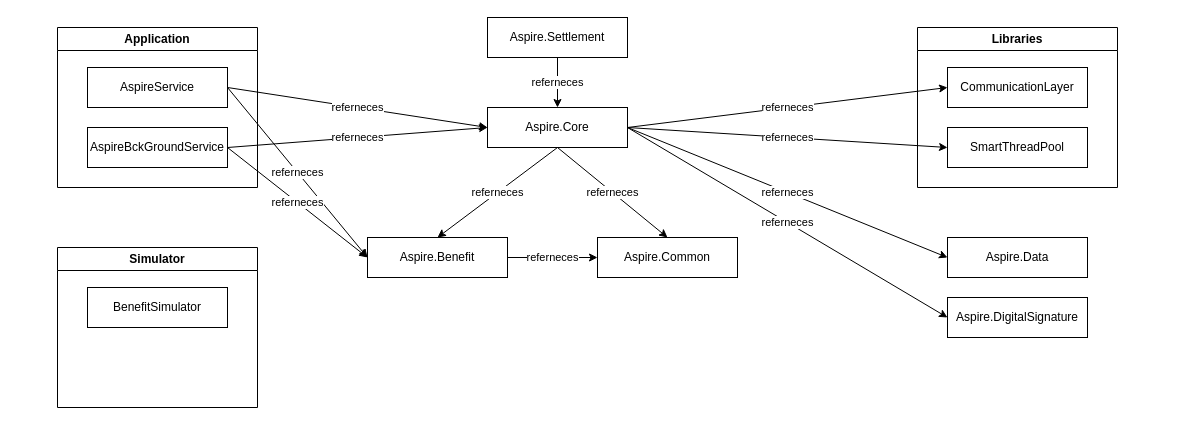
This is page "Aspire Main" (2 of 2) of AspireMain.drawio from zakk616/avanza-UMLs, a draw.io file, before an edit. Source tidied: cells renumbered, new cells numbered last; positions are measured from the earlier drawing's top-left corner, leaving out a move shared by most shapes. Both pictures are drawn from the tidied source at 100%, with x=0, y=0 at pixel (57, 17).
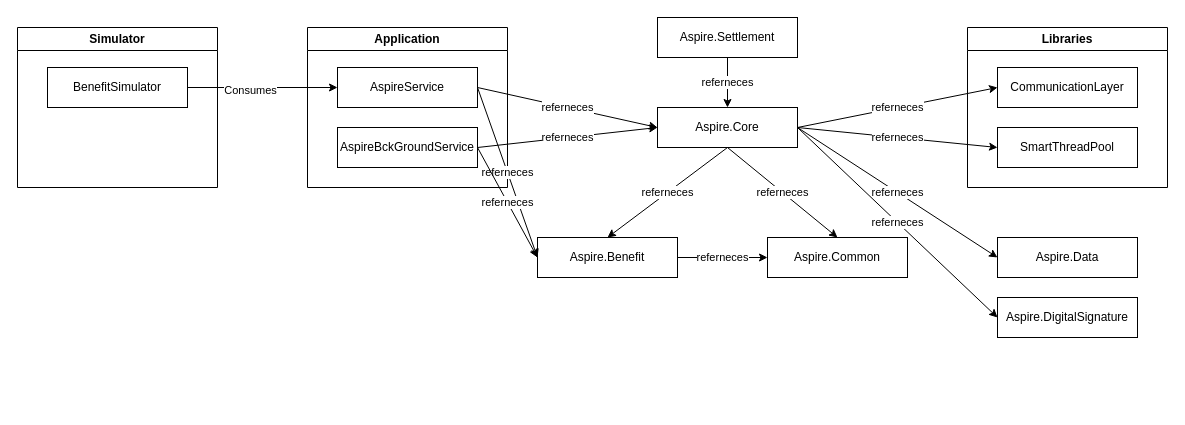
The same diagram, later.

Commit message:
added aspire uml

Unchanged cells that the change refers to:
```xml
<mxCell id="9" value="AspireService" style="rounded=0;whiteSpace=wrap;html=1;" parent="8" vertex="1">
  <mxGeometry x="30" y="40" width="140" height="40" as="geometry" />
</mxCell>
<mxCell id="15" value="BenefitSimulator" style="rounded=0;whiteSpace=wrap;html=1;" parent="14" vertex="1">
  <mxGeometry x="30" y="40" width="140" height="40" as="geometry" />
</mxCell>
```

Diff of the diagram source:
```diff
@@
     <mxCell id="2" value="Aspire.Benefit" style="rounded=0;whiteSpace=wrap;html=1;" parent="1" vertex="1">
-      <mxGeometry x="310" y="220" width="140" height="40" as="geometry" />
+      <mxGeometry x="480" y="220" width="140" height="40" as="geometry" />
     </mxCell>
     <mxCell id="3" value="Aspire.Common" style="rounded=0;whiteSpace=wrap;html=1;" parent="1" vertex="1">
-      <mxGeometry x="540" y="220" width="140" height="40" as="geometry" />
+      <mxGeometry x="710" y="220" width="140" height="40" as="geometry" />
     </mxCell>
     <mxCell id="4" value="Aspire.DigitalSignature" style="rounded=0;whiteSpace=wrap;html=1;" parent="1" vertex="1">
-      <mxGeometry x="890" y="280" width="140" height="40" as="geometry" />
+      <mxGeometry x="940" y="280" width="140" height="40" as="geometry" />
     </mxCell>
     <mxCell id="5" value="Aspire.Core" style="rounded=0;whiteSpace=wrap;html=1;" parent="1" vertex="1">
-      <mxGeometry x="430" y="90" width="140" height="40" as="geometry" />
+      <mxGeometry x="600" y="90" width="140" height="40" as="geometry" />
     </mxCell>
     <mxCell id="6" value="Aspire.Settlement" style="rounded=0;whiteSpace=wrap;html=1;" parent="1" vertex="1">
-      <mxGeometry x="430" width="140" height="40" as="geometry" />
+      <mxGeometry x="600" width="140" height="40" as="geometry" />
     </mxCell>
     <mxCell id="7" value="Aspire.Data" style="rounded=0;whiteSpace=wrap;html=1;" parent="1" vertex="1">
-      <mxGeometry x="890" y="220" width="140" height="40" as="geometry" />
+      <mxGeometry x="940" y="220" width="140" height="40" as="geometry" />
     </mxCell>
     <mxCell id="8" value="Application" style="swimlane;whiteSpace=wrap;html=1;" parent="1" vertex="1">
-      <mxGeometry y="10" width="200" height="160" as="geometry" />
+      <mxGeometry x="250" y="10" width="200" height="160" as="geometry" />
     </mxCell>
@@
     <mxCell id="11" value="Libraries" style="swimlane;whiteSpace=wrap;html=1;" parent="1" vertex="1">
-      <mxGeometry x="860" y="10" width="200" height="160" as="geometry" />
+      <mxGeometry x="910" y="10" width="200" height="160" as="geometry" />
     </mxCell>
@@
     <mxCell id="14" value="Simulator" style="swimlane;whiteSpace=wrap;html=1;" parent="1" vertex="1">
-      <mxGeometry y="230" width="200" height="160" as="geometry" />
+      <mxGeometry x="-40" y="10" width="200" height="160" as="geometry" />
     </mxCell>
@@
     <mxCell id="18" value="referneces" style="endArrow=classic;html=1;rounded=0;entryX=0.5;entryY=0;entryDx=0;entryDy=0;" parent="1" edge="1" target="3">
       <mxGeometry relative="1" as="geometry">
-        <mxPoint x="500" y="130" as="sourcePoint" />
+        <mxPoint x="670" y="130" as="sourcePoint" />
       </mxGeometry>
     </mxCell>
@@
+    <mxCell id="28" style="endArrow=classic;html=1;rounded=0;exitX=1;exitY=0.5;exitDx=0;exitDy=0;entryX=0;entryY=0.5;entryDx=0;entryDy=0;" parent="1" edge="1" source="15" target="9">
+      <mxGeometry relative="1" as="geometry" />
+    </mxCell>
+    <mxCell id="29" value="Consumes" style="edgeLabel;html=1;align=center;verticalAlign=middle;" parent="28" vertex="1">
+      <mxGeometry x="-0.17" y="-2" relative="1" as="geometry" />
+    </mxCell>
```
